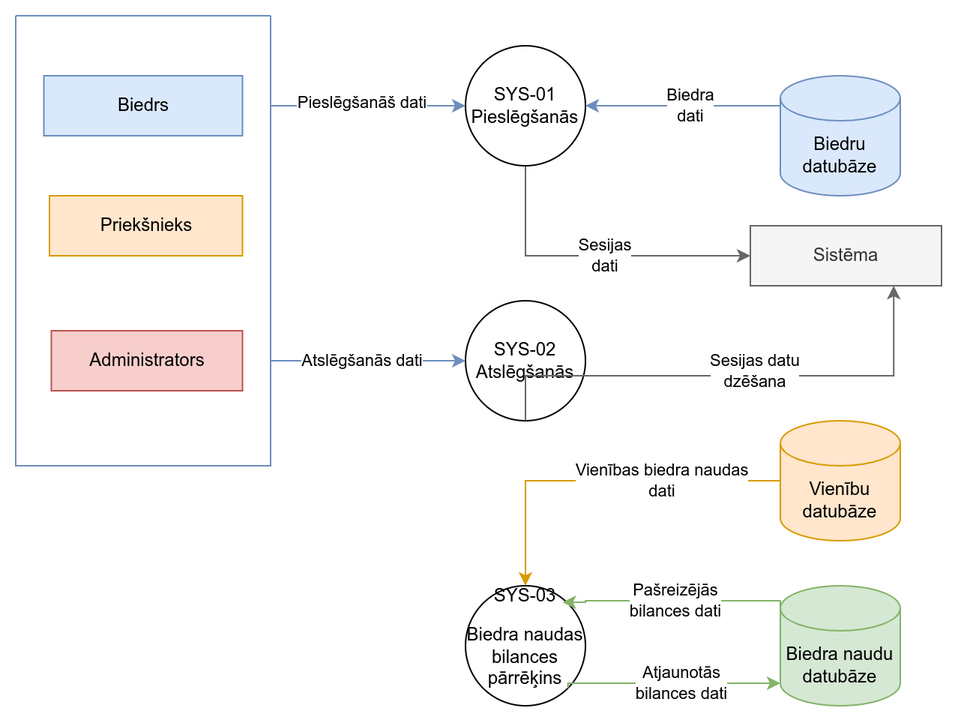
Above: Documentation/2_limena_SYS_DPD.png in JekabsVanags/LSGCO_IS (draw.io), before the change. Source tidied: cells renumbered, new cells last; positions are measured from the earlier drawing's top-left corner, leaving out a move shared by most shapes. Its diagram source:
```xml
<mxGraphModel>
  <root>
    <mxCell id="0" />
    <mxCell id="1" parent="0" />
    <mxCell id="2" style="edgeStyle=orthogonalEdgeStyle;rounded=0;jettySize=auto;html=1;exitX=0;exitY=1;exitDx=0;exitDy=0;fillColor=#f5f5f5;strokeColor=#666666;entryX=0;entryY=0.5;entryDx=0;entryDy=0;" parent="1" edge="1" source="4" target="18">
      <mxGeometry relative="1" as="geometry">
        <Array as="points">
          <mxPoint x="340" y="88" />
          <mxPoint x="340" y="160" />
        </Array>
      </mxGeometry>
    </mxCell>
    <mxCell id="3" value="Sesijas&lt;br&gt;dati" style="edgeLabel;html=1;align=center;verticalAlign=middle;" parent="2" vertex="1">
      <mxGeometry x="-0.04" relative="1" as="geometry">
        <mxPoint x="33" as="offset" />
      </mxGeometry>
    </mxCell>
    <mxCell id="4" value="SYS-01&lt;br&gt;Pieslēgšanās" style="ellipse;whiteSpace=wrap;html=1;" parent="1" vertex="1">
      <mxGeometry x="300" y="20" width="80" height="80" as="geometry" />
    </mxCell>
    <mxCell id="5" value="&lt;span style=&quot;background-color: initial;&quot;&gt;SYS-02&lt;br&gt;Atslēgšanās&lt;/span&gt;" style="ellipse;whiteSpace=wrap;html=1;" parent="1" vertex="1">
      <mxGeometry x="300" y="190" width="80" height="80" as="geometry" />
    </mxCell>
    <mxCell id="6" style="edgeStyle=orthogonalEdgeStyle;rounded=0;jettySize=auto;html=1;exitX=1;exitY=0.25;exitDx=0;exitDy=0;entryX=0;entryY=0.5;entryDx=0;entryDy=0;fillColor=#dae8fc;strokeColor=#6c8ebf;" parent="1" edge="1" source="10" target="4">
      <mxGeometry relative="1" as="geometry">
        <Array as="points">
          <mxPoint x="170" y="60" />
        </Array>
      </mxGeometry>
    </mxCell>
    <mxCell id="7" value="Pieslēgšanāš dati" style="edgeLabel;html=1;align=center;verticalAlign=middle;" parent="6" vertex="1">
      <mxGeometry x="-0.13" y="2" relative="1" as="geometry">
        <mxPoint x="12" as="offset" />
      </mxGeometry>
    </mxCell>
    <mxCell id="8" style="edgeStyle=orthogonalEdgeStyle;rounded=0;jettySize=auto;html=1;exitX=1;exitY=0.75;exitDx=0;exitDy=0;entryX=0;entryY=0.5;entryDx=0;entryDy=0;fillColor=#dae8fc;strokeColor=#6c8ebf;" parent="1" edge="1" source="10" target="5">
      <mxGeometry relative="1" as="geometry">
        <Array as="points">
          <mxPoint x="170" y="230" />
        </Array>
      </mxGeometry>
    </mxCell>
    <mxCell id="9" value="Atslēgšanās dati" style="edgeLabel;html=1;align=center;verticalAlign=middle;" parent="8" vertex="1">
      <mxGeometry x="-0.29" y="-1" relative="1" as="geometry">
        <mxPoint x="17" y="-1" as="offset" />
      </mxGeometry>
    </mxCell>
    <mxCell id="10" style="swimlane;startSize=0;fillColor=#dae8fc;strokeColor=#6c8ebf;" parent="1" vertex="1">
      <mxGeometry width="170" height="300" as="geometry" />
    </mxCell>
    <mxCell id="11" value="Biedrs" style="rounded=0;whiteSpace=wrap;html=1;fillColor=#dae8fc;strokeColor=#6c8ebf;" parent="10" vertex="1">
      <mxGeometry x="18.8" y="40" width="132.5" height="40" as="geometry" />
    </mxCell>
    <mxCell id="12" value="Administrators" style="rounded=0;whiteSpace=wrap;html=1;fillColor=#f8cecc;strokeColor=#b85450;" parent="10" vertex="1">
      <mxGeometry x="23.8" y="210" width="127.5" height="40" as="geometry" />
    </mxCell>
    <mxCell id="13" value="Priekšnieks" style="rounded=0;whiteSpace=wrap;html=1;fillColor=#ffe6cc;strokeColor=#d79b00;" parent="10" vertex="1">
      <mxGeometry x="22.5" y="120" width="128.8" height="40" as="geometry" />
    </mxCell>
    <mxCell id="14" style="edgeStyle=orthogonalEdgeStyle;rounded=0;jettySize=auto;html=1;exitX=0;exitY=0.5;exitDx=0;exitDy=0;exitPerimeter=0;entryX=1;entryY=0.5;entryDx=0;entryDy=0;fillColor=#dae8fc;strokeColor=#6c8ebf;" parent="1" edge="1" source="16" target="4">
      <mxGeometry relative="1" as="geometry">
        <Array as="points">
          <mxPoint x="510" y="60" />
        </Array>
      </mxGeometry>
    </mxCell>
    <mxCell id="15" value="Biedra&lt;br&gt;dati" style="edgeLabel;html=1;align=center;verticalAlign=middle;" parent="14" vertex="1">
      <mxGeometry x="0.47" y="1" relative="1" as="geometry">
        <mxPoint x="30" y="-1" as="offset" />
      </mxGeometry>
    </mxCell>
    <mxCell id="16" value="Biedru datubāze" style="shape=cylinder3;whiteSpace=wrap;html=1;boundedLbl=1;backgroundOutline=1;size=15;fillColor=#dae8fc;strokeColor=#6c8ebf;" parent="1" vertex="1">
      <mxGeometry x="510" y="40" width="80" height="80" as="geometry" />
    </mxCell>
    <mxCell id="17" value="Biedra naudu datubāze" style="shape=cylinder3;whiteSpace=wrap;html=1;boundedLbl=1;backgroundOutline=1;size=15;fillColor=#d5e8d4;strokeColor=#82b366;" parent="1" vertex="1">
      <mxGeometry x="510" y="380" width="80" height="80" as="geometry" />
    </mxCell>
    <mxCell id="18" value="Sistēma" style="rounded=0;whiteSpace=wrap;html=1;fillColor=#f5f5f5;strokeColor=#666666;fontColor=#333333;" parent="1" vertex="1">
      <mxGeometry x="490" y="140" width="127.5" height="40" as="geometry" />
    </mxCell>
    <mxCell id="19" value="SYS-03&lt;br&gt;&lt;p&gt;Biedra naudas bilances pārrēķins&lt;/p&gt;" style="ellipse;whiteSpace=wrap;html=1;" parent="1" vertex="1">
      <mxGeometry x="300" y="380" width="80" height="80" as="geometry" />
    </mxCell>
    <mxCell id="20" style="edgeStyle=orthogonalEdgeStyle;rounded=0;jettySize=auto;html=1;exitX=0.5;exitY=1;exitDx=0;exitDy=0;fillColor=#f5f5f5;strokeColor=#666666;entryX=0.75;entryY=1;entryDx=0;entryDy=0;" parent="1" edge="1" source="5" target="18">
      <mxGeometry relative="1" as="geometry">
        <Array as="points">
          <mxPoint x="340" y="240" />
          <mxPoint x="586" y="240" />
        </Array>
      </mxGeometry>
    </mxCell>
    <mxCell id="21" value="Sesijas datu &lt;br&gt;dzēšana" style="edgeLabel;html=1;align=center;verticalAlign=middle;" parent="20" vertex="1">
      <mxGeometry x="0.6" y="3" relative="1" as="geometry">
        <mxPoint x="-86" as="offset" />
      </mxGeometry>
    </mxCell>
    <mxCell id="22" style="edgeStyle=orthogonalEdgeStyle;rounded=0;jettySize=auto;html=1;exitX=0;exitY=0.5;exitDx=0;exitDy=0;exitPerimeter=0;fillColor=#d5e8d4;strokeColor=#82b366;entryX=0.809;entryY=0.138;entryDx=0;entryDy=0;entryPerimeter=0;" parent="1" edge="1" source="17" target="19">
      <mxGeometry relative="1" as="geometry">
        <Array as="points">
          <mxPoint x="510" y="390" />
          <mxPoint x="380" y="390" />
        </Array>
      </mxGeometry>
    </mxCell>
    <mxCell id="23" value="Pašreizējās&lt;br&gt;bilances dati" style="edgeLabel;html=1;align=center;verticalAlign=middle;" parent="22" vertex="1">
      <mxGeometry x="0.04" relative="1" as="geometry">
        <mxPoint x="-9" as="offset" />
      </mxGeometry>
    </mxCell>
    <mxCell id="24" style="edgeStyle=orthogonalEdgeStyle;rounded=0;jettySize=auto;html=1;exitX=1;exitY=1;exitDx=0;exitDy=0;entryX=0;entryY=1;entryDx=0;entryDy=-15;entryPerimeter=0;fillColor=#d5e8d4;strokeColor=#82b366;" parent="1" edge="1" source="19" target="17">
      <mxGeometry relative="1" as="geometry">
        <Array as="points">
          <mxPoint x="368" y="445" />
        </Array>
      </mxGeometry>
    </mxCell>
    <mxCell id="25" value="Atjaunotās&lt;br&gt;bilances dati" style="edgeLabel;html=1;align=center;verticalAlign=middle;" parent="1" vertex="1">
      <mxGeometry x="440" y="440" as="geometry">
        <mxPoint x="4" y="5" as="offset" />
      </mxGeometry>
    </mxCell>
    <mxCell id="26" style="edgeStyle=orthogonalEdgeStyle;rounded=0;jettySize=auto;html=1;exitX=0;exitY=0.5;exitDx=0;exitDy=0;exitPerimeter=0;entryX=0.5;entryY=0;entryDx=0;entryDy=0;fillColor=#ffe6cc;strokeColor=#d79b00;" parent="1" edge="1" source="28" target="19">
      <mxGeometry relative="1" as="geometry" />
    </mxCell>
    <mxCell id="27" value="Vienības biedra naudas&lt;br&gt;dati" style="edgeLabel;html=1;align=center;verticalAlign=middle;" parent="26" vertex="1">
      <mxGeometry x="-0.2" y="-3" relative="1" as="geometry">
        <mxPoint x="16" y="3" as="offset" />
      </mxGeometry>
    </mxCell>
    <mxCell id="28" value="Vienību datubāze" style="shape=cylinder3;whiteSpace=wrap;html=1;boundedLbl=1;backgroundOutline=1;size=15;fillColor=#ffe6cc;strokeColor=#d79b00;" parent="1" vertex="1">
      <mxGeometry x="510" y="270" width="80" height="80" as="geometry" />
    </mxCell>
  </root>
</mxGraphModel>
```
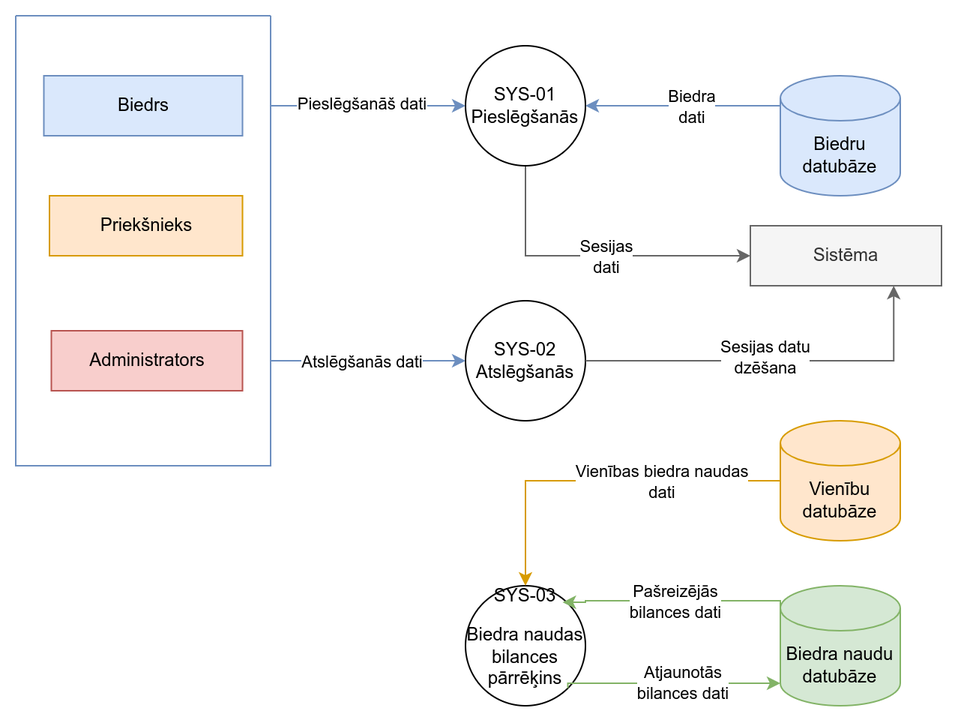
After the commit.

Change to the diagram source:
```diff
@@ -81,11 +81,10 @@
     <mxCell id="19" value="SYS-03&lt;br&gt;&lt;p&gt;Biedra naudas bilances pārrēķins&lt;/p&gt;" style="ellipse;whiteSpace=wrap;html=1;" parent="1" vertex="1">
       <mxGeometry x="300" y="380" width="80" height="80" as="geometry" />
     </mxCell>
-    <mxCell id="20" style="edgeStyle=orthogonalEdgeStyle;rounded=0;jettySize=auto;html=1;exitX=0.5;exitY=1;exitDx=0;exitDy=0;fillColor=#f5f5f5;strokeColor=#666666;entryX=0.75;entryY=1;entryDx=0;entryDy=0;" parent="1" edge="1" source="5" target="18">
+    <mxCell id="20" style="edgeStyle=orthogonalEdgeStyle;rounded=0;jettySize=auto;html=1;fillColor=#f5f5f5;strokeColor=#666666;entryX=0.75;entryY=1;entryDx=0;entryDy=0;exitX=1;exitY=0.5;exitDx=0;exitDy=0;" parent="1" edge="1" source="5" target="18">
       <mxGeometry relative="1" as="geometry">
         <Array as="points">
-          <mxPoint x="340" y="240" />
-          <mxPoint x="586" y="240" />
+          <mxPoint x="586" y="230" />
         </Array>
       </mxGeometry>
     </mxCell>
```
